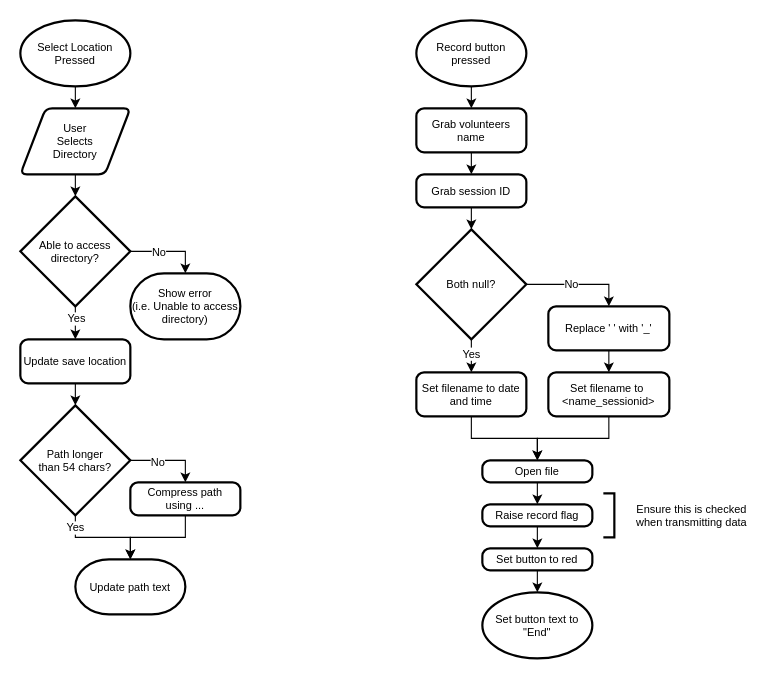
This is page "OnSelectLocationClicked" (2 of 4) of docs/MindToSound Overall Flow Chart.drawio from LaudersP/ToSound, a draw.io file, before an edit. Source tidied: cells renumbered, new cells numbered last; positions are measured from the earlier drawing's top-left corner, leaving out a move shared by most shapes. Both pictures are drawn from the tidied source at 110%, with x=0, y=0 at pixel (20, 20).
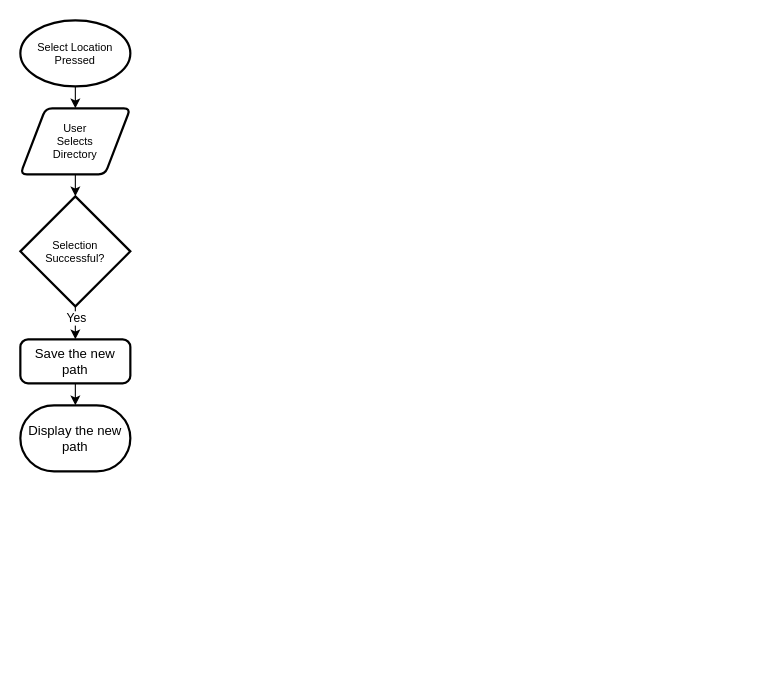
The same page after the edit.

The change refers to these unchanged cells:
```xml
<mxCell id="4" value="User &lt;br&gt;Selects&lt;br&gt;Directory" style="shape=parallelogram;html=1;strokeWidth=2;perimeter=parallelogramPerimeter;whiteSpace=wrap;rounded=1;arcSize=12;size=0.23;fontSize=10;" parent="1" vertex="1">
  <mxGeometry y="80" width="100" height="60" as="geometry" />
</mxCell>
```

The edit, as a diff of the source:
```diff
@@
-    <mxCell id="5" style="edgeStyle=orthogonalEdgeStyle;rounded=0;jettySize=auto;html=1;exitX=0.5;exitY=1;exitDx=0;exitDy=0;exitPerimeter=0;entryX=0.5;entryY=0;entryDx=0;entryDy=0;fontSize=10;" parent="1" edge="1" source="7" target="10">
-      <mxGeometry relative="1" as="geometry" />
-    </mxCell>
-    <mxCell id="6" value="Yes" style="edgeLabel;html=1;align=center;verticalAlign=middle;fontSize=10;" parent="5" vertex="1">
-      <mxGeometry x="-0.31" relative="1" as="geometry" />
-    </mxCell>
+    <mxCell id="48" style="edgeStyle=orthogonalEdgeStyle;rounded=0;jettySize=auto;html=1;exitX=0.5;exitY=1;exitDx=0;exitDy=0;exitPerimeter=0;entryX=0.5;entryY=0;entryDx=0;entryDy=0;" parent="1" edge="1" source="7" target="51">
+      <mxGeometry relative="1" as="geometry" />
+    </mxCell>
+    <mxCell id="49" value="Yes" style="edgeLabel;html=1;align=center;verticalAlign=middle;" parent="48" vertex="1">
+      <mxGeometry x="0.02" y="1" relative="1" as="geometry">
+        <mxPoint x="-1" y="-5" as="offset" />
+      </mxGeometry>
+    </mxCell>
-    <mxCell id="7" value="Able to access&lt;br&gt;directory?" style="strokeWidth=2;html=1;shape=mxgraph.flowchart.decision;whiteSpace=wrap;fontSize=10;" parent="1" vertex="1">
+    <mxCell id="7" value="Selection&lt;br&gt;Successful?" style="strokeWidth=2;html=1;shape=mxgraph.flowchart.decision;whiteSpace=wrap;fontSize=10;" parent="1" vertex="1">
       <mxGeometry y="160" width="100" height="100" as="geometry" />
     </mxCell>
-    <mxCell id="8" style="edgeStyle=orthogonalEdgeStyle;rounded=0;jettySize=auto;html=1;exitX=0.5;exitY=1;exitDx=0;exitDy=0;entryX=0.5;entryY=0;entryDx=0;entryDy=0;entryPerimeter=0;fontSize=10;" parent="1" edge="1" source="4" target="7">
-      <mxGeometry relative="1" as="geometry" />
+    <mxCell id="8" style="edgeStyle=orthogonalEdgeStyle;rounded=0;jettySize=auto;html=1;exitX=0.5;exitY=1;exitDx=0;exitDy=0;entryX=0.5;entryY=0;entryDx=0;entryDy=0;entryPerimeter=0;fontSize=10;" parent="1" edge="1" source="4">
+      <mxGeometry relative="1" as="geometry">
+        <mxPoint x="50" y="160" as="targetPoint" />
+      </mxGeometry>
     </mxCell>
-    <mxCell id="9" style="edgeStyle=orthogonalEdgeStyle;rounded=0;jettySize=auto;html=1;exitX=0.5;exitY=1;exitDx=0;exitDy=0;entryX=0.5;entryY=0;entryDx=0;entryDy=0;fontSize=10;" parent="1" edge="1" source="10">
-      <mxGeometry relative="1" as="geometry">
-        <mxPoint x="50" y="350" as="targetPoint" />
-      </mxGeometry>
-    </mxCell>
-    <mxCell id="10" value="Update save location" style="rounded=1;whiteSpace=wrap;html=1;absoluteArcSize=1;arcSize=14;strokeWidth=2;fontSize=10;" parent="1" vertex="1">
-      <mxGeometry y="290" width="100" height="40" as="geometry" />
-    </mxCell>
-    <mxCell id="11" value="Show error&lt;br&gt;(i.e. Unable to access directory)" style="strokeWidth=2;html=1;shape=mxgraph.flowchart.terminator;whiteSpace=wrap;fontSize=10;" parent="1" vertex="1">
-      <mxGeometry x="100" y="230" width="100" height="60" as="geometry" />
-    </mxCell>
-    <mxCell id="12" style="edgeStyle=orthogonalEdgeStyle;rounded=0;jettySize=auto;html=1;exitX=1;exitY=0.5;exitDx=0;exitDy=0;exitPerimeter=0;entryX=0.5;entryY=0;entryDx=0;entryDy=0;entryPerimeter=0;fontSize=10;" parent="1" edge="1" source="7" target="11">
-      <mxGeometry relative="1" as="geometry" />
-    </mxCell>
-    <mxCell id="13" value="No" style="edgeLabel;html=1;align=center;verticalAlign=middle;fontSize=10;" parent="12" vertex="1">
-      <mxGeometry x="-0.29" relative="1" as="geometry" />
-    </mxCell>
-    <mxCell id="14" value="Update path text" style="strokeWidth=2;html=1;shape=mxgraph.flowchart.terminator;whiteSpace=wrap;fontSize=10;" parent="1" vertex="1">
-      <mxGeometry x="50" y="490" width="100" height="50" as="geometry" />
-    </mxCell>
-    <mxCell id="15" style="edgeStyle=orthogonalEdgeStyle;rounded=0;jettySize=auto;html=1;exitX=1;exitY=0.5;exitDx=0;exitDy=0;exitPerimeter=0;entryX=0.5;entryY=0;entryDx=0;entryDy=0;fontSize=10;" parent="1" edge="1" source="17" target="18">
-      <mxGeometry relative="1" as="geometry" />
-    </mxCell>
-    <mxCell id="16" value="No" style="edgeLabel;html=1;align=center;verticalAlign=middle;fontSize=10;" parent="15" vertex="1">
-      <mxGeometry x="-0.31" y="-1" relative="1" as="geometry" />
-    </mxCell>
-    <mxCell id="17" value="Path longer&lt;br&gt;than 54 chars?" style="strokeWidth=2;html=1;shape=mxgraph.flowchart.decision;whiteSpace=wrap;fontSize=10;" parent="1" vertex="1">
-      <mxGeometry y="350" width="100" height="100" as="geometry" />
-    </mxCell>
-    <mxCell id="18" value="Compress path&lt;div&gt;using ...&lt;/div&gt;" style="rounded=1;whiteSpace=wrap;html=1;absoluteArcSize=1;arcSize=14;strokeWidth=2;fontSize=10;" parent="1" vertex="1">
-      <mxGeometry x="100" y="420" width="100" height="30" as="geometry" />
-    </mxCell>
-    <mxCell id="19" style="edgeStyle=orthogonalEdgeStyle;rounded=0;jettySize=auto;html=1;exitX=0.5;exitY=1;exitDx=0;exitDy=0;entryX=0.5;entryY=0;entryDx=0;entryDy=0;entryPerimeter=0;fontSize=10;" parent="1" edge="1" source="18" target="14">
-      <mxGeometry relative="1" as="geometry">
-        <Array as="points">
-          <mxPoint x="150" y="470" />
-          <mxPoint x="100" y="470" />
-        </Array>
-      </mxGeometry>
-    </mxCell>
-    <mxCell id="20" style="edgeStyle=orthogonalEdgeStyle;rounded=0;jettySize=auto;html=1;exitX=0.5;exitY=1;exitDx=0;exitDy=0;exitPerimeter=0;entryX=0.5;entryY=0;entryDx=0;entryDy=0;entryPerimeter=0;fontSize=10;" parent="1" edge="1" source="17" target="14">
-      <mxGeometry relative="1" as="geometry" />
-    </mxCell>
-    <mxCell id="21" value="Yes" style="edgeLabel;html=1;align=center;verticalAlign=middle;fontSize=10;" parent="20" vertex="1">
-      <mxGeometry x="-0.3" y="1" relative="1" as="geometry">
-        <mxPoint x="-12" y="-9" as="offset" />
-      </mxGeometry>
-    </mxCell>
-    <mxCell id="22" style="edgeStyle=orthogonalEdgeStyle;rounded=0;jettySize=auto;html=1;exitX=0.5;exitY=1;exitDx=0;exitDy=0;exitPerimeter=0;entryX=0.5;entryY=0;entryDx=0;entryDy=0;fontSize=10;" parent="1" edge="1" source="23" target="25">
-      <mxGeometry relative="1" as="geometry" />
-    </mxCell>
-    <mxCell id="23" value="Record button pressed" style="strokeWidth=2;html=1;shape=mxgraph.flowchart.start_1;whiteSpace=wrap;fontSize=10;" parent="1" vertex="1">
-      <mxGeometry x="360" width="100" height="60" as="geometry" />
-    </mxCell>
-    <mxCell id="24" style="edgeStyle=orthogonalEdgeStyle;rounded=0;jettySize=auto;html=1;exitX=0.5;exitY=1;exitDx=0;exitDy=0;entryX=0.5;entryY=0;entryDx=0;entryDy=0;fontSize=10;" parent="1" edge="1" source="25" target="26">
-      <mxGeometry relative="1" as="geometry" />
-    </mxCell>
-    <mxCell id="25" value="Grab volunteers name" style="rounded=1;whiteSpace=wrap;html=1;absoluteArcSize=1;arcSize=14;strokeWidth=2;fontSize=10;" parent="1" vertex="1">
-      <mxGeometry x="360" y="80" width="100" height="40" as="geometry" />
-    </mxCell>
-    <mxCell id="26" value="Grab session ID" style="rounded=1;whiteSpace=wrap;html=1;absoluteArcSize=1;arcSize=14;strokeWidth=2;fontSize=10;" parent="1" vertex="1">
-      <mxGeometry x="360" y="140" width="100" height="30" as="geometry" />
-    </mxCell>
-    <mxCell id="27" style="edgeStyle=orthogonalEdgeStyle;rounded=0;jettySize=auto;html=1;exitX=1;exitY=0.5;exitDx=0;exitDy=0;exitPerimeter=0;entryX=0.5;entryY=0;entryDx=0;entryDy=0;fontSize=10;" parent="1" edge="1" source="31" target="38">
-      <mxGeometry relative="1" as="geometry" />
-    </mxCell>
-    <mxCell id="28" value="No" style="edgeLabel;html=1;align=center;verticalAlign=middle;fontSize=10;" parent="27" vertex="1">
-      <mxGeometry x="-0.16" y="1" relative="1" as="geometry" />
-    </mxCell>
-    <mxCell id="29" style="edgeStyle=orthogonalEdgeStyle;rounded=0;jettySize=auto;html=1;exitX=0.5;exitY=1;exitDx=0;exitDy=0;exitPerimeter=0;entryX=0.5;entryY=0;entryDx=0;entryDy=0;fontSize=10;" parent="1" edge="1" source="31" target="34">
-      <mxGeometry relative="1" as="geometry" />
-    </mxCell>
-    <mxCell id="30" value="Yes" style="edgeLabel;html=1;align=center;verticalAlign=middle;fontSize=10;" parent="29" vertex="1">
-      <mxGeometry x="-0.2" y="-1" relative="1" as="geometry" />
-    </mxCell>
-    <mxCell id="31" value="Both null&lt;span style=&quot;background-color: transparent; color: light-dark(rgb(0, 0, 0), rgb(255, 255, 255));&quot;&gt;?&lt;/span&gt;" style="strokeWidth=2;html=1;shape=mxgraph.flowchart.decision;whiteSpace=wrap;fontSize=10;" parent="1" vertex="1">
-      <mxGeometry x="360" y="190" width="100" height="100" as="geometry" />
-    </mxCell>
-    <mxCell id="32" style="edgeStyle=orthogonalEdgeStyle;rounded=0;jettySize=auto;html=1;exitX=0.5;exitY=1;exitDx=0;exitDy=0;entryX=0.5;entryY=0;entryDx=0;entryDy=0;entryPerimeter=0;fontSize=10;" parent="1" edge="1" source="26" target="31">
-      <mxGeometry relative="1" as="geometry" />
-    </mxCell>
-    <mxCell id="33" style="edgeStyle=orthogonalEdgeStyle;rounded=0;jettySize=auto;html=1;exitX=0.5;exitY=1;exitDx=0;exitDy=0;entryX=0.5;entryY=0;entryDx=0;entryDy=0;fontSize=10;" parent="1" edge="1" source="34" target="42">
-      <mxGeometry relative="1" as="geometry" />
-    </mxCell>
-    <mxCell id="34" value="Set filename to date and time" style="rounded=1;whiteSpace=wrap;html=1;absoluteArcSize=1;arcSize=14;strokeWidth=2;fontSize=10;" parent="1" vertex="1">
-      <mxGeometry x="360" y="320" width="100" height="40" as="geometry" />
-    </mxCell>
-    <mxCell id="35" style="edgeStyle=orthogonalEdgeStyle;rounded=0;jettySize=auto;html=1;exitX=0.5;exitY=1;exitDx=0;exitDy=0;entryX=0.5;entryY=0;entryDx=0;entryDy=0;fontSize=10;" parent="1" edge="1" source="36" target="42">
-      <mxGeometry relative="1" as="geometry" />
-    </mxCell>
-    <mxCell id="36" value="Set filename to&amp;nbsp;&lt;div&gt;&amp;lt;name_sessionid&amp;gt;&lt;/div&gt;" style="rounded=1;whiteSpace=wrap;html=1;absoluteArcSize=1;arcSize=14;strokeWidth=2;fontSize=10;" parent="1" vertex="1">
-      <mxGeometry x="480" y="320" width="110" height="40" as="geometry" />
-    </mxCell>
-    <mxCell id="37" style="edgeStyle=orthogonalEdgeStyle;rounded=0;jettySize=auto;html=1;exitX=0.5;exitY=1;exitDx=0;exitDy=0;entryX=0.5;entryY=0;entryDx=0;entryDy=0;fontSize=10;" parent="1" edge="1" source="38" target="36">
-      <mxGeometry relative="1" as="geometry" />
-    </mxCell>
-    <mxCell id="38" value="Replace ' ' with '_'" style="rounded=1;whiteSpace=wrap;html=1;absoluteArcSize=1;arcSize=14;strokeWidth=2;fontSize=10;" parent="1" vertex="1">
-      <mxGeometry x="480" y="260" width="110" height="40" as="geometry" />
-    </mxCell>
-    <mxCell id="39" style="edgeStyle=orthogonalEdgeStyle;rounded=0;jettySize=auto;html=1;exitX=0.5;exitY=1;exitDx=0;exitDy=0;entryX=0.5;entryY=0;entryDx=0;entryDy=0;fontSize=10;" parent="1" edge="1" source="40" target="43">
-      <mxGeometry relative="1" as="geometry" />
-    </mxCell>
-    <mxCell id="40" value="Raise record flag" style="rounded=1;whiteSpace=wrap;html=1;absoluteArcSize=1;arcSize=14;strokeWidth=2;fontSize=10;" parent="1" vertex="1">
-      <mxGeometry x="420" y="440" width="100" height="20" as="geometry" />
-    </mxCell>
-    <mxCell id="41" style="edgeStyle=orthogonalEdgeStyle;rounded=0;jettySize=auto;html=1;exitX=0.5;exitY=1;exitDx=0;exitDy=0;entryX=0.5;entryY=0;entryDx=0;entryDy=0;fontSize=10;" parent="1" edge="1" source="42" target="40">
-      <mxGeometry relative="1" as="geometry" />
-    </mxCell>
-    <mxCell id="42" value="Open file" style="rounded=1;whiteSpace=wrap;html=1;absoluteArcSize=1;arcSize=14;strokeWidth=2;fontSize=10;" parent="1" vertex="1">
-      <mxGeometry x="420" y="400" width="100" height="20" as="geometry" />
-    </mxCell>
-    <mxCell id="43" value="Set button to red" style="rounded=1;whiteSpace=wrap;html=1;absoluteArcSize=1;arcSize=14;strokeWidth=2;fontSize=10;" parent="1" vertex="1">
-      <mxGeometry x="420" y="480" width="100" height="20" as="geometry" />
-    </mxCell>
-    <mxCell id="44" value="Set button text to &quot;End&quot;" style="strokeWidth=2;html=1;shape=mxgraph.flowchart.start_1;whiteSpace=wrap;fontSize=10;" parent="1" vertex="1">
-      <mxGeometry x="420" y="520" width="100" height="60" as="geometry" />
-    </mxCell>
-    <mxCell id="45" style="edgeStyle=orthogonalEdgeStyle;rounded=0;jettySize=auto;html=1;exitX=0.5;exitY=1;exitDx=0;exitDy=0;entryX=0.5;entryY=0;entryDx=0;entryDy=0;entryPerimeter=0;fontSize=10;" parent="1" edge="1" source="43" target="44">
-      <mxGeometry relative="1" as="geometry" />
-    </mxCell>
-    <mxCell id="46" style="strokeWidth=2;html=1;shape=mxgraph.flowchart.annotation_1;align=left;rotation=-180;strokeColor=light-dark(#000000,#CC0000);fontSize=10;" parent="1" vertex="1">
-      <mxGeometry x="530" y="430" width="10" height="40" as="geometry" />
-    </mxCell>
-    <mxCell id="47" value="&lt;font style=&quot;color: light-dark(rgb(0, 0, 0), rgb(204, 0, 0));&quot;&gt;Ensure this is checked &lt;br&gt;when transmitting data&lt;/font&gt;" style="text;html=1;align=center;verticalAlign=middle;strokeColor=none;fillColor=none;fontColor=light-dark(default, #ff0000);fontSize=10;" parent="1" vertex="1">
-      <mxGeometry x="550" y="430" width="120" height="40" as="geometry" />
-    </mxCell>
+    <mxCell id="50" style="edgeStyle=orthogonalEdgeStyle;rounded=0;jettySize=auto;html=1;exitX=0.5;exitY=1;exitDx=0;exitDy=0;entryX=0.5;entryY=0;entryDx=0;entryDy=0;entryPerimeter=0;" parent="1" edge="1" source="51" target="52">
+      <mxGeometry relative="1" as="geometry" />
+    </mxCell>
+    <mxCell id="51" value="Save the new path" style="rounded=1;whiteSpace=wrap;html=1;absoluteArcSize=1;arcSize=14;strokeWidth=2;" parent="1" vertex="1">
+      <mxGeometry y="290" width="100" height="40" as="geometry" />
+    </mxCell>
+    <mxCell id="52" value="Display the new path" style="strokeWidth=2;html=1;shape=mxgraph.flowchart.terminator;whiteSpace=wrap;" parent="1" vertex="1">
+      <mxGeometry y="350" width="100" height="60" as="geometry" />
+    </mxCell>
```
